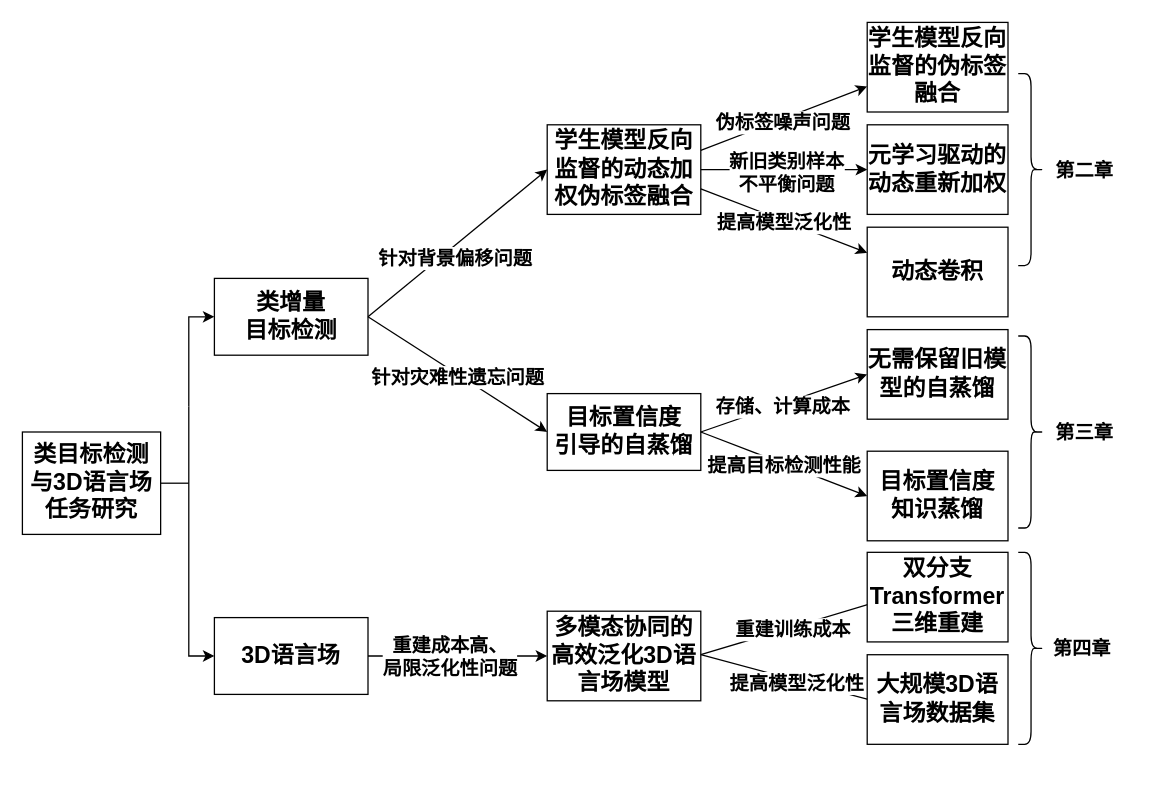
wangdayan/HuffmanTree keeps this draw.io diagram as 方法脉络图.drawio. Above is the earlier version. Source tidied: cells renumbered, new cells numbered last; positions are measured from the earlier drawing's top-left corner, leaving out a move shared by most shapes. Both pictures are drawn from the tidied source at 128%, with x=0, y=0 at pixel (22, 22).
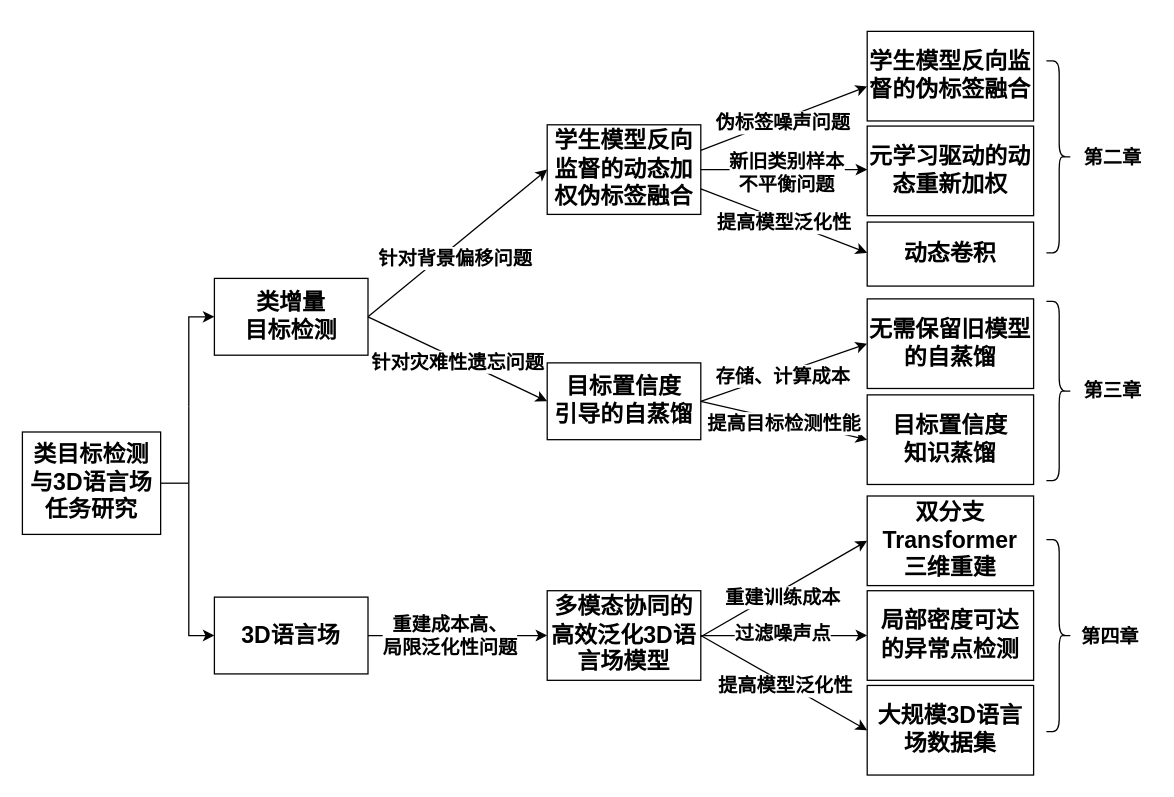
After the change.

Commit message:
方法脉络图.drawio

The edit, as a diff of the source:
```diff
@@
     <mxCell id="4" value="&lt;span style=&quot;font-size: 18px;&quot;&gt;&lt;b&gt;3D语言场&lt;/b&gt;&lt;/span&gt;" style="rounded=0;whiteSpace=wrap;html=1;" parent="1" vertex="1">
-      <mxGeometry x="150" y="465" width="120" height="60" as="geometry" />
+      <mxGeometry x="150" y="449" width="120" height="60" as="geometry" />
     </mxCell>
@@
     <mxCell id="7" style="endArrow=classic;html=1;rounded=0;entryX=0;entryY=0.5;entryDx=0;entryDy=0;" parent="1" edge="1" target="4">
       <mxGeometry relative="1" as="geometry">
         <mxPoint x="130" y="300" as="sourcePoint" />
         <Array as="points">
-          <mxPoint x="130" y="495" />
+          <mxPoint x="130" y="479" />
         </Array>
       </mxGeometry>
     </mxCell>
@@
     <mxCell id="9" value="&lt;span style=&quot;font-size: 18px;&quot;&gt;&lt;b&gt;目标置信度&lt;/b&gt;&lt;/span&gt;&lt;div&gt;&lt;span style=&quot;font-size: 18px;&quot;&gt;&lt;b&gt;引导的自蒸馏&lt;/b&gt;&lt;/span&gt;&lt;/div&gt;" style="rounded=0;whiteSpace=wrap;html=1;" parent="1" vertex="1">
-      <mxGeometry x="410" y="290" width="120" height="60" as="geometry" />
+      <mxGeometry x="410" y="266" width="120" height="60" as="geometry" />
     </mxCell>
@@
     <mxCell id="14" value="&lt;span style=&quot;font-size: 18px;&quot;&gt;&lt;b&gt;多模态协同的高效泛化3D语言场模型&lt;/b&gt;&lt;/span&gt;" style="rounded=0;whiteSpace=wrap;html=1;" parent="1" vertex="1">
-      <mxGeometry x="410" y="460" width="120" height="70" as="geometry" />
+      <mxGeometry x="410" y="444" width="120" height="70" as="geometry" />
     </mxCell>
@@
     <mxCell id="17" value="&lt;font style=&quot;font-size: 15px;&quot;&gt;&lt;b&gt;第二章&lt;/b&gt;&lt;/font&gt;" style="text;strokeColor=none;align=center;fillColor=none;html=1;verticalAlign=middle;whiteSpace=wrap;rounded=0;" parent="1" vertex="1">
-      <mxGeometry x="800" y="100" width="60" height="30" as="geometry" />
+      <mxGeometry x="822" y="90" width="60" height="30" as="geometry" />
     </mxCell>
     <mxCell id="18" value="&lt;font style=&quot;font-size: 15px;&quot;&gt;&lt;b&gt;第三章&lt;/b&gt;&lt;/font&gt;" style="text;strokeColor=none;align=center;fillColor=none;html=1;verticalAlign=middle;whiteSpace=wrap;rounded=0;" parent="1" vertex="1">
-      <mxGeometry x="800" y="305" width="60" height="30" as="geometry" />
+      <mxGeometry x="822" y="272" width="60" height="30" as="geometry" />
     </mxCell>
     <mxCell id="19" value="&lt;font style=&quot;font-size: 15px;&quot;&gt;&lt;b&gt;第四章&lt;/b&gt;&lt;/font&gt;" style="text;strokeColor=none;align=center;fillColor=none;html=1;verticalAlign=middle;whiteSpace=wrap;rounded=0;" parent="1" vertex="1">
-      <mxGeometry x="798" y="474" width="60" height="30" as="geometry" />
+      <mxGeometry x="820" y="464" width="60" height="30" as="geometry" />
     </mxCell>
@@
     <mxCell id="24" value="&lt;div style=&quot;&quot;&gt;&lt;span style=&quot;font-size: 18px;&quot;&gt;&lt;b&gt;学生模型反向监督的伪标签融合&lt;/b&gt;&lt;/span&gt;&lt;/div&gt;" style="rounded=0;whiteSpace=wrap;html=1;align=center;" parent="1" vertex="1">
-      <mxGeometry x="660" width="110" height="70" as="geometry" />
+      <mxGeometry x="660" y="7" width="130" height="70" as="geometry" />
     </mxCell>
     <mxCell id="25" value="&lt;div style=&quot;&quot;&gt;&lt;span style=&quot;font-size: 18px;&quot;&gt;&lt;b&gt;元学习驱动的动态重新加权&lt;/b&gt;&lt;/span&gt;&lt;/div&gt;" style="rounded=0;whiteSpace=wrap;html=1;align=center;" parent="1" vertex="1">
-      <mxGeometry x="660" y="80" width="110" height="70" as="geometry" />
+      <mxGeometry x="660" y="81" width="130" height="70" as="geometry" />
     </mxCell>
-    <mxCell id="26" style="endArrow=classic;html=1;rounded=0;exitX=1;exitY=0.5;exitDx=0;exitDy=0;entryX=0;entryY=0.5;entryDx=0;entryDy=0;" parent="1" edge="1">
+    <mxCell id="26" style="endArrow=classic;html=1;rounded=0;entryX=0;entryY=0.5;entryDx=0;entryDy=0;" parent="1" edge="1" target="30">
       <mxGeometry relative="1" as="geometry">
-        <mxPoint x="530" y="494" as="sourcePoint" />
-        <mxPoint x="680" y="449" as="targetPoint" />
+        <mxPoint x="530" y="480" as="sourcePoint" />
       </mxGeometry>
     </mxCell>
@@
-    <mxCell id="28" style="endArrow=classic;html=1;rounded=0;exitX=1;exitY=0.5;exitDx=0;exitDy=0;entryX=0;entryY=0.5;entryDx=0;entryDy=0;" parent="1" edge="1">
-      <mxGeometry relative="1" as="geometry">
-        <mxPoint x="530" y="494" as="sourcePoint" />
-        <mxPoint x="680" y="534" as="targetPoint" />
-      </mxGeometry>
+    <mxCell id="28" style="endArrow=classic;html=1;rounded=0;exitX=1;exitY=0.5;exitDx=0;exitDy=0;entryX=0;entryY=0.5;entryDx=0;entryDy=0;" parent="1" edge="1" source="14" target="31">
+      <mxGeometry relative="1" as="geometry" />
     </mxCell>
@@
-    <mxCell id="30" value="&lt;div style=&quot;&quot;&gt;&lt;span style=&quot;font-size: 18px;&quot;&gt;&lt;b&gt;双分支Transformer三维重建&lt;/b&gt;&lt;/span&gt;&lt;/div&gt;" style="rounded=0;whiteSpace=wrap;html=1;align=center;" parent="1" vertex="1">
-      <mxGeometry x="660" y="414" width="110" height="70" as="geometry" />
+    <mxCell id="30" value="&lt;div style=&quot;&quot;&gt;&lt;span style=&quot;font-size: 18px;&quot;&gt;&lt;b&gt;双分支Transformer&lt;/b&gt;&lt;/span&gt;&lt;/div&gt;&lt;div style=&quot;&quot;&gt;&lt;span style=&quot;font-size: 18px;&quot;&gt;&lt;b&gt;三维重建&lt;/b&gt;&lt;/span&gt;&lt;/div&gt;" style="rounded=0;whiteSpace=wrap;html=1;align=center;" parent="1" vertex="1">
+      <mxGeometry x="660" y="370" width="130" height="70" as="geometry" />
     </mxCell>
     <mxCell id="31" value="&lt;div style=&quot;&quot;&gt;&lt;span style=&quot;font-size: 18px;&quot;&gt;&lt;b&gt;大规模3D语言场数据集&lt;/b&gt;&lt;/span&gt;&lt;/div&gt;" style="rounded=0;whiteSpace=wrap;html=1;align=center;" parent="1" vertex="1">
-      <mxGeometry x="660" y="494" width="110" height="70" as="geometry" />
+      <mxGeometry x="660" y="518" width="130" height="70" as="geometry" />
     </mxCell>
@@
     <mxCell id="34" value="&lt;div style=&quot;&quot;&gt;&lt;span style=&quot;font-size: 18px;&quot;&gt;&lt;b&gt;动态卷积&lt;/b&gt;&lt;/span&gt;&lt;/div&gt;" style="rounded=0;whiteSpace=wrap;html=1;align=center;" parent="1" vertex="1">
-      <mxGeometry x="660" y="160" width="110" height="70" as="geometry" />
+      <mxGeometry x="660" y="156" width="130" height="50" as="geometry" />
     </mxCell>
     <mxCell id="35" style="endArrow=classic;html=1;rounded=0;exitX=1;exitY=0.5;exitDx=0;exitDy=0;entryX=0;entryY=0.5;entryDx=0;entryDy=0;" parent="1" edge="1" target="37">
       <mxGeometry relative="1" as="geometry">
-        <mxPoint x="530" y="320" as="sourcePoint" />
+        <mxPoint x="530" y="296" as="sourcePoint" />
       </mxGeometry>
     </mxCell>
@@
     <mxCell id="37" value="&lt;div style=&quot;&quot;&gt;&lt;span style=&quot;font-size: 18px;&quot;&gt;&lt;b&gt;目标置信度&lt;/b&gt;&lt;/span&gt;&lt;/div&gt;&lt;div style=&quot;&quot;&gt;&lt;span style=&quot;font-size: 18px;&quot;&gt;&lt;b&gt;知识蒸馏&lt;/b&gt;&lt;/span&gt;&lt;/div&gt;" style="rounded=0;whiteSpace=wrap;html=1;align=center;" parent="1" vertex="1">
-      <mxGeometry x="660" y="335" width="110" height="70" as="geometry" />
+      <mxGeometry x="660" y="291" width="130" height="70" as="geometry" />
     </mxCell>
@@
     <mxCell id="40" value="&lt;div style=&quot;&quot;&gt;&lt;span style=&quot;font-size: 18px;&quot;&gt;&lt;b&gt;无需保留旧模型的自蒸馏&lt;/b&gt;&lt;/span&gt;&lt;/div&gt;" style="rounded=0;whiteSpace=wrap;html=1;align=center;" parent="1" vertex="1">
-      <mxGeometry x="660" y="240" width="110" height="70" as="geometry" />
+      <mxGeometry x="660" y="216" width="130" height="70" as="geometry" />
     </mxCell>
     <mxCell id="41" style="shape=curlyBracket;whiteSpace=wrap;html=1;rounded=1;flipH=1;labelPosition=right;verticalLabelPosition=middle;align=left;verticalAlign=middle;" parent="1" vertex="1">
-      <mxGeometry x="778" y="40" width="20" height="150" as="geometry" />
+      <mxGeometry x="800" y="30" width="20" height="150" as="geometry" />
     </mxCell>
     <mxCell id="42" style="shape=curlyBracket;whiteSpace=wrap;html=1;rounded=1;flipH=1;labelPosition=right;verticalLabelPosition=middle;align=left;verticalAlign=middle;" parent="1" vertex="1">
-      <mxGeometry x="778" y="245" width="20" height="150" as="geometry" />
+      <mxGeometry x="800" y="218" width="20" height="140" as="geometry" />
     </mxCell>
     <mxCell id="43" style="shape=curlyBracket;whiteSpace=wrap;html=1;rounded=1;flipH=1;labelPosition=right;verticalLabelPosition=middle;align=left;verticalAlign=middle;" parent="1" vertex="1">
-      <mxGeometry x="778" y="414" width="20" height="150" as="geometry" />
+      <mxGeometry x="800" y="404" width="20" height="150" as="geometry" />
     </mxCell>
+    <mxCell id="44" value="&lt;div style=&quot;&quot;&gt;&lt;span style=&quot;font-size: 18px;&quot;&gt;&lt;b&gt;局部密度可达&lt;/b&gt;&lt;/span&gt;&lt;/div&gt;&lt;div style=&quot;&quot;&gt;&lt;span style=&quot;font-size: 18px;&quot;&gt;&lt;b&gt;的异常点检测&lt;/b&gt;&lt;/span&gt;&lt;/div&gt;" style="rounded=0;whiteSpace=wrap;html=1;align=center;" parent="1" vertex="1">
+      <mxGeometry x="660" y="444" width="130" height="70" as="geometry" />
+    </mxCell>
+    <mxCell id="45" style="endArrow=classic;html=1;rounded=0;entryX=0;entryY=0.5;entryDx=0;entryDy=0;exitX=1;exitY=0.5;exitDx=0;exitDy=0;" parent="1" edge="1" source="14" target="44">
+      <mxGeometry relative="1" as="geometry" />
+    </mxCell>
+    <mxCell id="46" value="&lt;span style=&quot;font-size: 15px;&quot;&gt;&lt;b&gt;过滤噪声点&lt;/b&gt;&lt;/span&gt;" style="edgeLabel;html=1;align=center;verticalAlign=middle;" parent="45" vertex="1">
+      <mxGeometry x="-0.24" relative="1" as="geometry">
+        <mxPoint x="14" y="-3" as="offset" />
+      </mxGeometry>
+    </mxCell>
```
